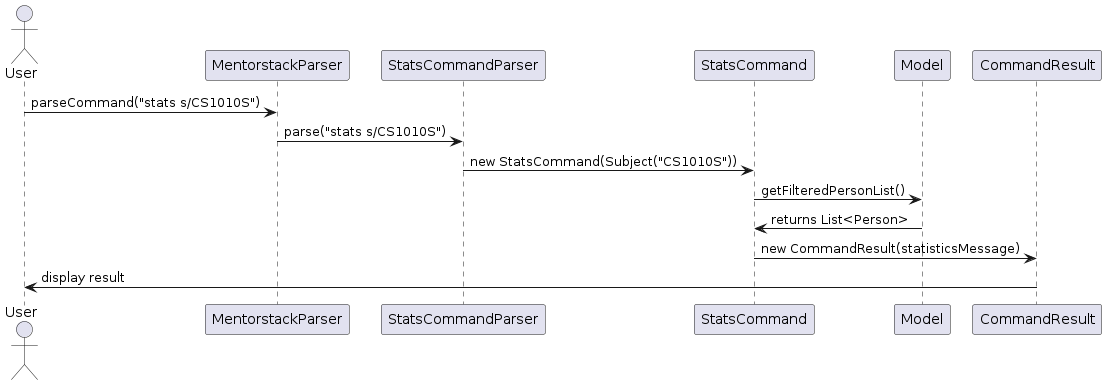
Before: diagrams/StatsSequenceDiagram.png, a diagram exported from PlantUML (AY2425S2-CS2103-W11-1/tp). Its source is kept beside it as diagrams/StatsSequenceDiagram.puml.
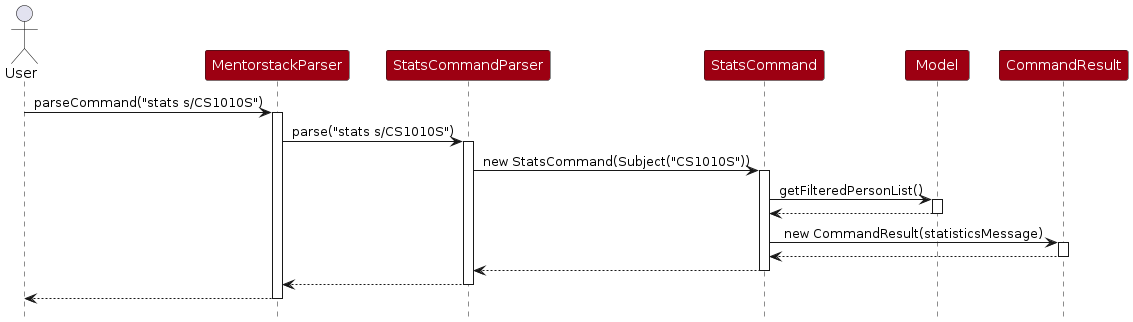
Above is the later version.

Diff of the diagram source:
```diff
@@ -1,17 +1,33 @@
 @startuml
+!include style.puml
+skinparam ArrowFontStyle plain
+
 actor User
-participant MentorstackParser
-participant StatsCommandParser
-participant StatsCommand
-participant Model
-participant CommandResult
+participant MentorstackParser MODEL_COLOR
+participant StatsCommandParser MODEL_COLOR
+participant StatsCommand MODEL_COLOR
+participant Model MODEL_COLOR
+participant CommandResult MODEL_COLOR
 
 User -> MentorstackParser: parseCommand("stats s/CS1010S")
+activate MentorstackParser
 MentorstackParser -> StatsCommandParser: parse("stats s/CS1010S")
+activate StatsCommandParser
 StatsCommandParser -> StatsCommand: new StatsCommand(Subject("CS1010S"))
+activate StatsCommand
 StatsCommand -> Model: getFilteredPersonList()
-Model -> StatsCommand: returns List<Person>
+activate Model
+Model --> StatsCommand
+deactivate Model
 StatsCommand -> CommandResult: new CommandResult(statisticsMessage)
-CommandResult -> User: display result
+activate CommandResult
+CommandResult --> StatsCommand
+deactivate CommandResult
+StatsCommand --> StatsCommandParser
+deactivate StatsCommand
+StatsCommandParser --> MentorstackParser
+deactivate StatsCommandParser
+MentorstackParser --> User
+deactivate MentorstackParser
 
 @enduml
```
